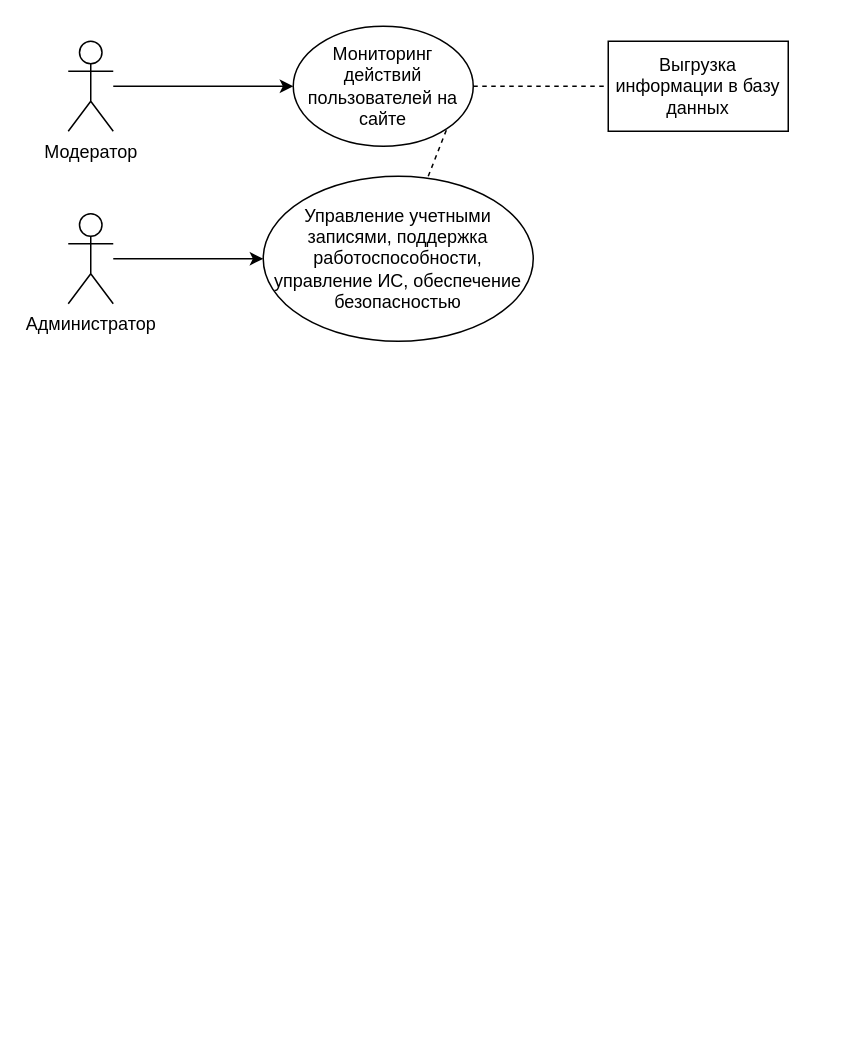
Earlier version of the draw.io diagram 2практикапис.drawio (mpdpl/mpdpl). Source tidied: cells renumbered, new cells numbered last; positions are measured from the earlier drawing's top-left corner, leaving out a move shared by most shapes. Both pictures are drawn from the tidied source at 150%, with x=0, y=0 at pixel (68, 26).
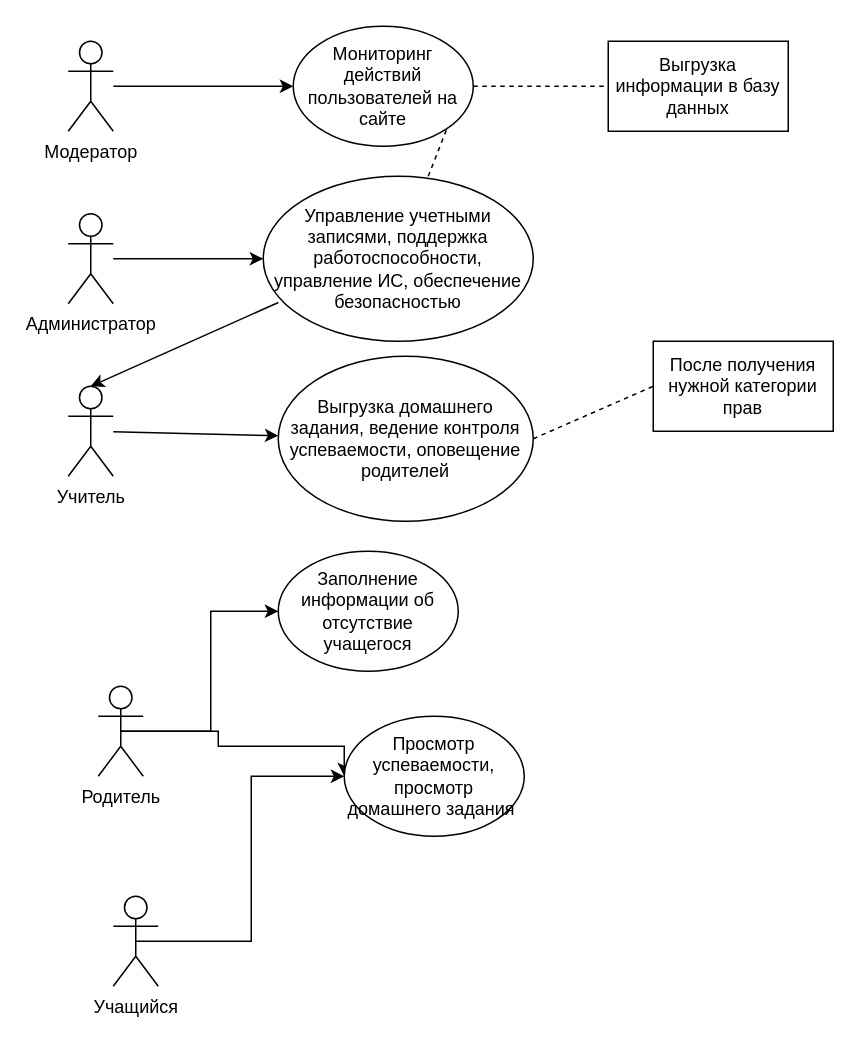
The same diagram, later.

Unchanged cells that the change refers to:
```xml
<mxCell id="7" value="Управление учетными записями, поддержка работоспособности, управление ИС, обеспечение безопасностью" style="ellipse;whiteSpace=wrap;html=1;" parent="1" vertex="1">
  <mxGeometry x="130" y="100" width="180" height="110" as="geometry" />
</mxCell>
```

Change to the diagram source:
```diff
@@
+    <mxCell id="11" value="Учитель" style="shape=umlActor;verticalLabelPosition=bottom;verticalAlign=top;html=1;outlineConnect=0;" parent="1" vertex="1">
+      <mxGeometry y="240" width="30" height="60" as="geometry" />
+    </mxCell>
+    <mxCell id="12" style="endArrow=classic;html=1;rounded=0;exitX=0.056;exitY=0.765;exitDx=0;exitDy=0;exitPerimeter=0;entryX=0.5;entryY=0;entryDx=0;entryDy=0;entryPerimeter=0;" parent="1" edge="1" source="7" target="11">
+      <mxGeometry relative="1" as="geometry" />
+    </mxCell>
+    <mxCell id="13" value="Выгрузка домашнего задания, ведение контроля успеваемости, оповещение родителей" style="ellipse;whiteSpace=wrap;html=1;" parent="1" vertex="1">
+      <mxGeometry x="140" y="220" width="170" height="110" as="geometry" />
+    </mxCell>
+    <mxCell id="14" style="endArrow=classic;html=1;rounded=0;" parent="1" edge="1" source="11" target="13">
+      <mxGeometry relative="1" as="geometry" />
+    </mxCell>
+    <mxCell id="15" value="После получения нужной категории прав" style="rounded=0;whiteSpace=wrap;html=1;" parent="1" vertex="1">
+      <mxGeometry x="390" y="210" width="120" height="60" as="geometry" />
+    </mxCell>
+    <mxCell id="16" style="endArrow=none;dashed=1;html=1;rounded=0;exitX=1;exitY=0.5;exitDx=0;exitDy=0;entryX=0;entryY=0.5;entryDx=0;entryDy=0;" parent="1" edge="1" source="13" target="15">
+      <mxGeometry relative="1" as="geometry" />
+    </mxCell>
+    <mxCell id="17" style="edgeStyle=orthogonalEdgeStyle;rounded=0;jettySize=auto;html=1;exitX=0.5;exitY=0.5;exitDx=0;exitDy=0;exitPerimeter=0;entryX=0;entryY=0.5;entryDx=0;entryDy=0;" parent="1" edge="1" source="19" target="22">
+      <mxGeometry relative="1" as="geometry">
+        <Array as="points">
+          <mxPoint x="100" y="470" />
+          <mxPoint x="100" y="480" />
+          <mxPoint x="184" y="480" />
+        </Array>
+      </mxGeometry>
+    </mxCell>
+    <mxCell id="18" style="edgeStyle=orthogonalEdgeStyle;rounded=0;jettySize=auto;html=1;exitX=0.5;exitY=0.5;exitDx=0;exitDy=0;exitPerimeter=0;entryX=0;entryY=0.5;entryDx=0;entryDy=0;" parent="1" edge="1" source="19" target="23">
+      <mxGeometry relative="1" as="geometry" />
+    </mxCell>
+    <mxCell id="19" value="Родитель" style="shape=umlActor;verticalLabelPosition=bottom;verticalAlign=top;html=1;outlineConnect=0;" parent="1" vertex="1">
+      <mxGeometry x="20" y="440" width="30" height="60" as="geometry" />
+    </mxCell>
+    <mxCell id="20" style="edgeStyle=orthogonalEdgeStyle;rounded=0;jettySize=auto;html=1;exitX=0.5;exitY=0.5;exitDx=0;exitDy=0;exitPerimeter=0;entryX=0;entryY=0.5;entryDx=0;entryDy=0;" parent="1" edge="1" source="21" target="22">
+      <mxGeometry relative="1" as="geometry" />
+    </mxCell>
+    <mxCell id="21" value="Учащийся" style="shape=umlActor;verticalLabelPosition=bottom;verticalAlign=top;html=1;outlineConnect=0;" parent="1" vertex="1">
+      <mxGeometry x="30" y="580" width="30" height="60" as="geometry" />
+    </mxCell>
+    <mxCell id="22" value="Просмотр успеваемости, просмотр домашнего задания&amp;nbsp;" style="ellipse;whiteSpace=wrap;html=1;" parent="1" vertex="1">
+      <mxGeometry x="184" y="460" width="120" height="80" as="geometry" />
+    </mxCell>
+    <mxCell id="23" value="Заполнение информации об отсутствие учащегося" style="ellipse;whiteSpace=wrap;html=1;" parent="1" vertex="1">
+      <mxGeometry x="140" y="350" width="120" height="80" as="geometry" />
+    </mxCell>
```
